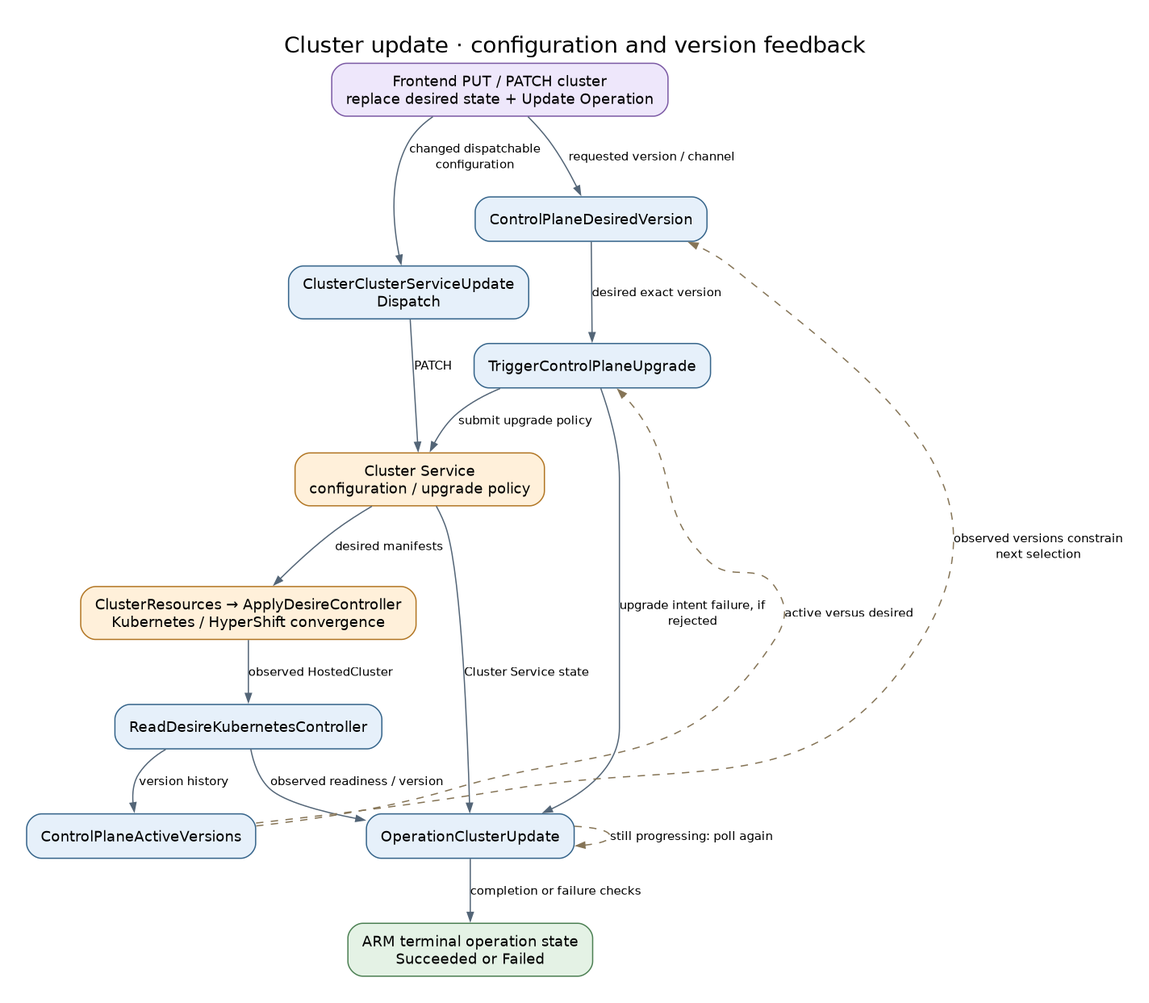
The Graphviz diagram docs/diagrams/controller-flows/cluster-update.png in Azure/ARO-HCP, before a commit. Its source is kept beside it as docs/diagrams/controller-flows/cluster-update.dot.
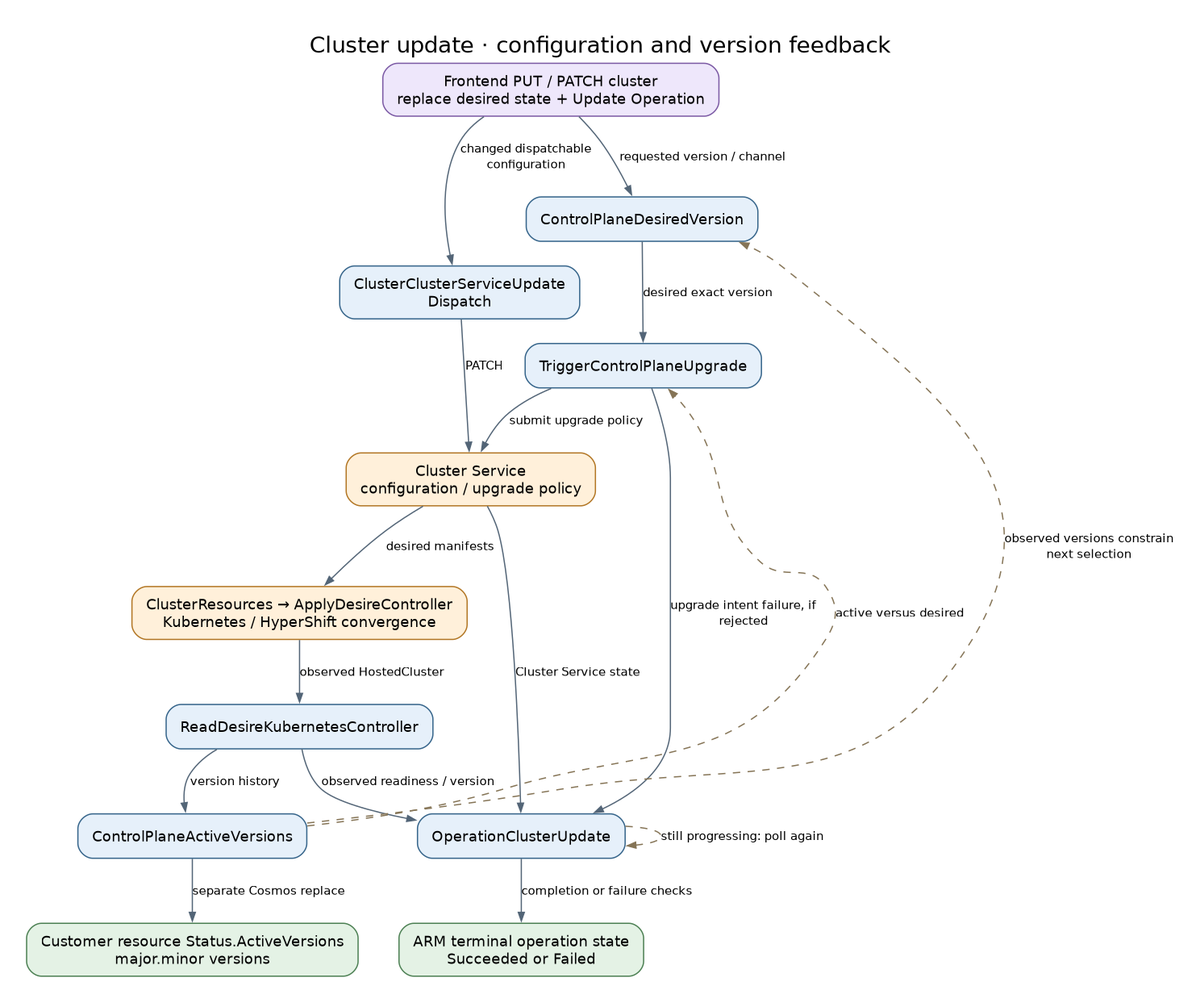
After the change.

The edit, as a diff of the source:
```diff
@@ -24,6 +24,8 @@
   mirror -> op [label="observed readiness / version"];
   upgrade -> op [label="upgrade intent failure, if\nrejected"];
   op -> done [label="completion or failure checks"];
+  observed [label="Customer resource Status.ActiveVersions\nmajor.minor versions", fillcolor="#e4f2e5", color="#4c8053"];
+  active -> observed [label="separate Cosmos replace"];
   active -> upgrade [label="active versus desired", style=dashed, color="#857456", constraint=false];
   active -> desired [label="observed versions constrain\nnext selection", style=dashed, color="#857456", constraint=false];
   op -> op [label="still progressing: poll again", style=dashed, color="#857456", constraint=false];
```
